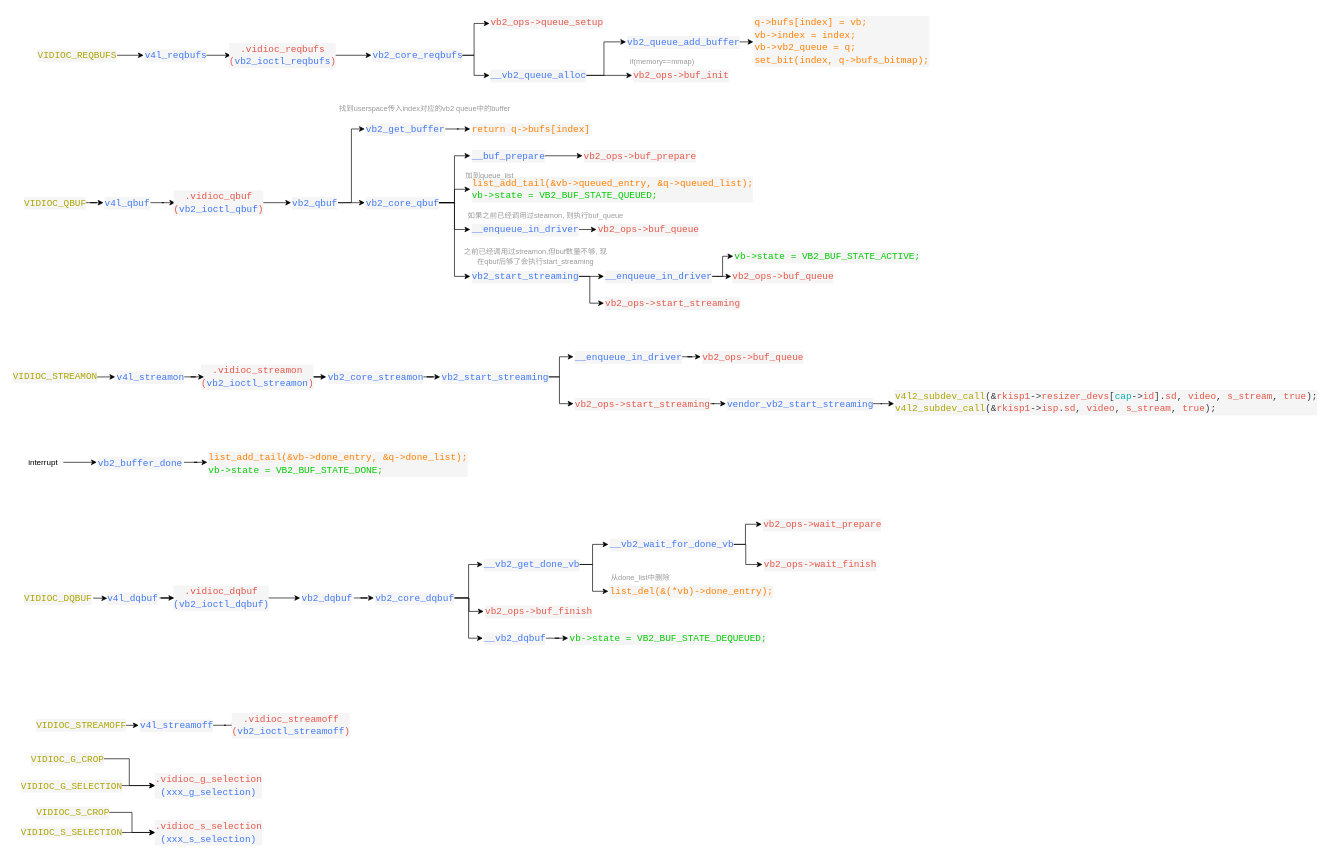
The draw.io diagram v4l2/ioctl_flow.drawio in YC-Xiang/draw.io, before the edit. Source tidied: cells renumbered, new cells numbered last; positions are measured from the earlier drawing's top-left corner, leaving out a move shared by most shapes. Both pictures are drawn from the tidied source at 67%, with x=0, y=0 at pixel (11, 11).
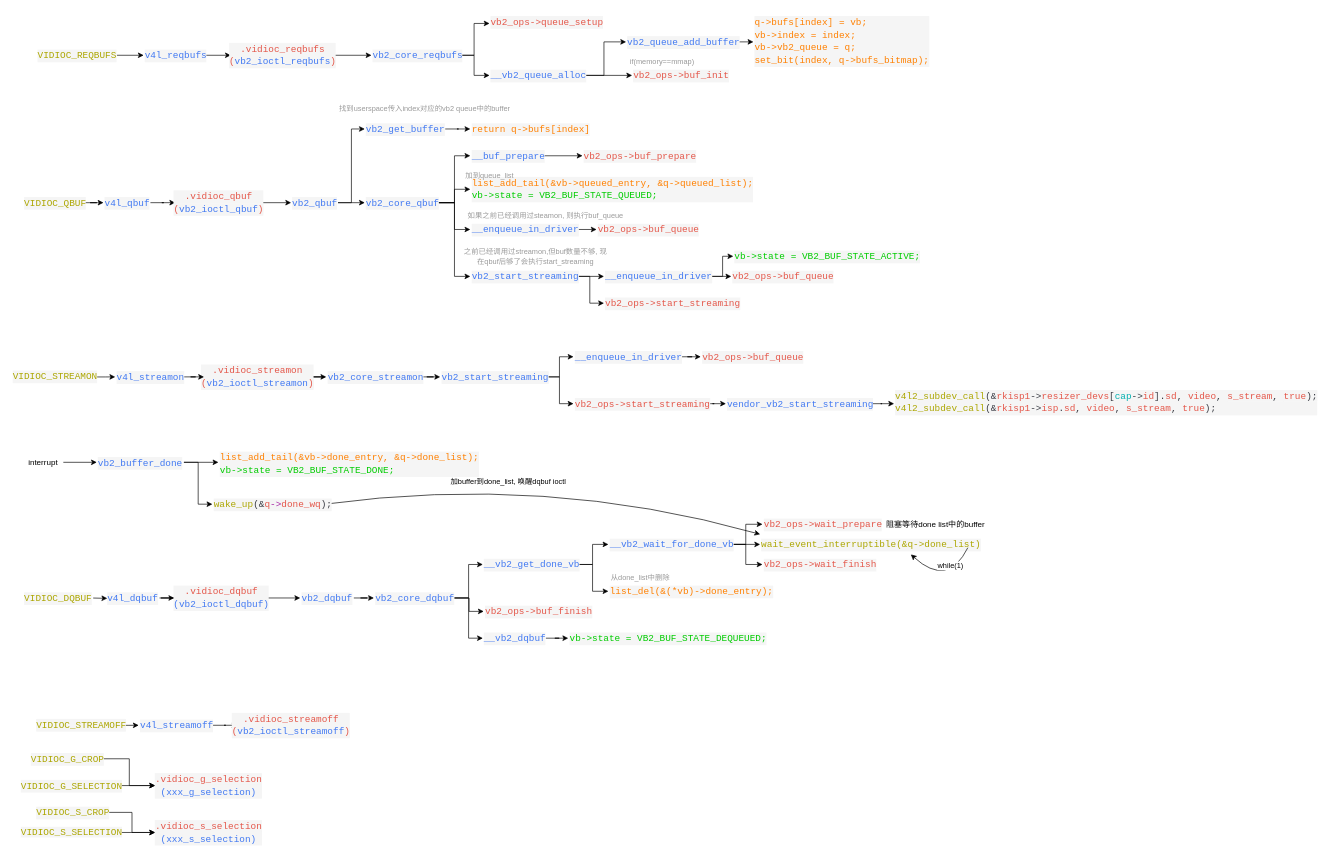
The same diagram, later.

Unchanged cells that the change refers to:
```xml
<mxCell id="67" value="&lt;div style=&quot;color: #383a42;background-color: #f5f5f5;font-family: Consolas, 'Courier New', monospace;font-weight: normal;font-size: 14px;line-height: 19px;white-space: pre;&quot;&gt;&lt;div&gt;&lt;span style=&quot;color: #4078f2;&quot;&gt;__vb2_wait_for_done_vb&lt;/span&gt;&lt;/div&gt;&lt;/div&gt;" style="text;whiteSpace=wrap;html=1;" parent="1" vertex="1">
  <mxGeometry x="891.6" y="780" width="180" height="30" as="geometry" />
</mxCell>
<mxCell id="108" value="&lt;div style=&quot;color: #383a42;background-color: #f5f5f5;font-family: Consolas, 'Courier New', monospace;font-weight: normal;font-size: 14px;line-height: 19px;white-space: pre;&quot;&gt;&lt;div&gt;&lt;span style=&quot;color: #4078f2;&quot;&gt;vb2_buffer_done&lt;/span&gt;&lt;/div&gt;&lt;/div&gt;" style="text;whiteSpace=wrap;html=1;" parent="1" vertex="1">
  <mxGeometry x="128" y="657.5" width="130" height="30" as="geometry" />
</mxCell>
```

The edit, as a diff of the source:
```diff
@@
+    <mxCell id="122" style="edgeStyle=orthogonalEdgeStyle;rounded=0;jettySize=auto;html=1;exitX=1;exitY=0.5;exitDx=0;exitDy=0;entryX=0;entryY=0.5;entryDx=0;entryDy=0;" parent="1" edge="1" source="67" target="124">
+      <mxGeometry relative="1" as="geometry" />
+    </mxCell>
@@
     <mxCell id="68" value="&lt;div style=&quot;color: rgb(56, 58, 66); background-color: rgb(245, 245, 245); font-family: Consolas, &amp;quot;Courier New&amp;quot;, monospace; font-weight: normal; font-size: 14px; line-height: 19px; white-space: pre;&quot;&gt;&lt;div&gt;&lt;span style=&quot;color: rgb(228, 86, 73);&quot;&gt;vb2_ops-&amp;gt;wait_prepare&lt;/span&gt;&lt;/div&gt;&lt;/div&gt;" style="text;whiteSpace=wrap;html=1;" parent="1" vertex="1">
-      <mxGeometry x="1120.6" y="750" width="170" height="30" as="geometry" />
+      <mxGeometry x="1121.6" y="750" width="170" height="30" as="geometry" />
     </mxCell>
@@
     <mxCell id="106" value="&lt;div style=&quot;background-color: rgb(245, 245, 245); font-family: Consolas, &amp;quot;Courier New&amp;quot;, monospace; font-weight: normal; font-size: 14px; line-height: 19px; white-space: pre;&quot;&gt;&lt;div style=&quot;&quot;&gt;&lt;font&gt;&lt;font style=&quot;color: rgb(255, 128, 0);&quot;&gt;&lt;span&gt;list_add_tail&lt;/span&gt;&lt;span&gt;(&lt;/span&gt;&lt;span&gt;&amp;amp;&lt;/span&gt;&lt;span&gt;vb&lt;/span&gt;&lt;span&gt;-&amp;gt;&lt;/span&gt;&lt;span&gt;done_entry&lt;/span&gt;&lt;span&gt;, &lt;/span&gt;&lt;span&gt;&amp;amp;&lt;/span&gt;&lt;span&gt;q&lt;/span&gt;&lt;span&gt;-&amp;gt;&lt;/span&gt;&lt;span&gt;done_list&lt;/span&gt;&lt;span&gt;);&lt;/span&gt;&lt;/font&gt;&lt;/font&gt;&lt;/div&gt;&lt;div style=&quot;&quot;&gt;&lt;font&gt;&lt;font style=&quot;color: rgb(0, 204, 0);&quot;&gt;&lt;span&gt;vb&lt;/span&gt;&lt;span&gt;-&amp;gt;&lt;/span&gt;&lt;span&gt;state&lt;/span&gt;&lt;span&gt; &lt;/span&gt;&lt;span&gt;=&lt;/span&gt;&lt;span&gt; &lt;/span&gt;&lt;/font&gt;&lt;/font&gt;&lt;font style=&quot;color: rgb(0, 204, 0);&quot;&gt;&lt;span style=&quot;background-color: light-dark(rgb(245, 245, 245), rgb(26, 26, 26));&quot;&gt;&lt;font style=&quot;color: rgb(0, 204, 0);&quot;&gt;VB2_BUF_STATE_DONE&lt;/font&gt;&lt;/span&gt;&lt;span style=&quot;background-color: light-dark(rgb(245, 245, 245), rgb(26, 26, 26));&quot;&gt;;&lt;/span&gt;&lt;/font&gt;&lt;/div&gt;&lt;/div&gt;" style="text;whiteSpace=wrap;html=1;" parent="1" vertex="1">
-      <mxGeometry x="293" y="650" width="362.5" height="45" as="geometry" />
+      <mxGeometry x="309.5" y="650" width="362.5" height="45" as="geometry" />
     </mxCell>
@@
+    <mxCell id="123" style="edgeStyle=orthogonalEdgeStyle;rounded=0;jettySize=auto;html=1;exitX=1;exitY=0.5;exitDx=0;exitDy=0;entryX=0;entryY=0.5;entryDx=0;entryDy=0;" parent="1" edge="1" source="108" target="130">
+      <mxGeometry relative="1" as="geometry" />
+    </mxCell>
@@
+    <mxCell id="124" value="&lt;div style=&quot;color: rgb(56, 58, 66); background-color: rgb(245, 245, 245); font-family: Consolas, &amp;quot;Courier New&amp;quot;, monospace; font-weight: normal; font-size: 14px; line-height: 19px; white-space: pre;&quot;&gt;&lt;div&gt;&lt;span style=&quot;color: rgb(172, 166, 0);&quot;&gt;wait_event_interruptible(&amp;amp;q-&amp;gt;done_list)&lt;/span&gt;&lt;/div&gt;&lt;/div&gt;" style="text;whiteSpace=wrap;html=1;" parent="1" vertex="1">
+      <mxGeometry x="1118" y="780" width="300" height="30" as="geometry" />
+    </mxCell>
+    <mxCell id="125" value="阻塞等待done list中的buffer" style="text;html=1;align=center;verticalAlign=middle;whiteSpace=wrap;rounded=0;" parent="1" vertex="1">
+      <mxGeometry x="1291.6" y="750" width="176" height="30" as="geometry" />
+    </mxCell>
+    <mxCell id="126" style="curved=1;endArrow=classic;html=1;rounded=0;entryX=0.75;entryY=1;entryDx=0;entryDy=0;" parent="1" edge="1" target="124">
+      <mxGeometry relative="1" as="geometry">
+        <mxPoint x="1428" y="800" as="sourcePoint" />
+        <Array as="points">
+          <mxPoint x="1398" y="860" />
+        </Array>
+      </mxGeometry>
+    </mxCell>
+    <mxCell id="127" value="while(1)" style="edgeLabel;html=1;align=center;verticalAlign=middle;" parent="126" vertex="1">
+      <mxGeometry x="-0.51" y="-11" relative="1" as="geometry">
+        <mxPoint x="-1" as="offset" />
+      </mxGeometry>
+    </mxCell>
+    <mxCell id="128" style="curved=1;endArrow=classic;html=1;rounded=0;exitX=1;exitY=0.5;exitDx=0;exitDy=0;entryX=0;entryY=0;entryDx=0;entryDy=0;" parent="1" edge="1" source="130" target="124">
+      <mxGeometry relative="1" as="geometry">
+        <Array as="points">
+          <mxPoint x="798" y="690" />
+        </Array>
+      </mxGeometry>
+    </mxCell>
+    <mxCell id="129" value="加buffer到done_list, 唤醒dqbuf ioctl" style="edgeLabel;html=1;align=center;verticalAlign=middle;" parent="128" vertex="1">
+      <mxGeometry x="-0.17" y="-3" relative="1" as="geometry" />
+    </mxCell>
+    <mxCell id="130" value="&lt;div style=&quot;color: #383a42;background-color: #f5f5f5;font-family: Consolas, 'Courier New', monospace;font-weight: normal;font-size: 14px;line-height: 19px;white-space: pre;&quot;&gt;&lt;div&gt;&lt;span style=&quot;color: #aca600;&quot;&gt;wake_up&lt;/span&gt;&lt;span style=&quot;color: #383a42;&quot;&gt;(&lt;/span&gt;&lt;span style=&quot;color: #383a42;&quot;&gt;&amp;amp;&lt;/span&gt;&lt;span style=&quot;color: #e45649;&quot;&gt;q&lt;/span&gt;&lt;span style=&quot;color: #a626a4;&quot;&gt;-&amp;gt;&lt;/span&gt;&lt;span style=&quot;color: #e45649;&quot;&gt;done_wq&lt;/span&gt;&lt;span style=&quot;color: #383a42;&quot;&gt;);&lt;/span&gt;&lt;/div&gt;&lt;/div&gt;" style="text;whiteSpace=wrap;html=1;" parent="1" vertex="1">
+      <mxGeometry x="300.5" y="720" width="167.5" height="30" as="geometry" />
+    </mxCell>
```
